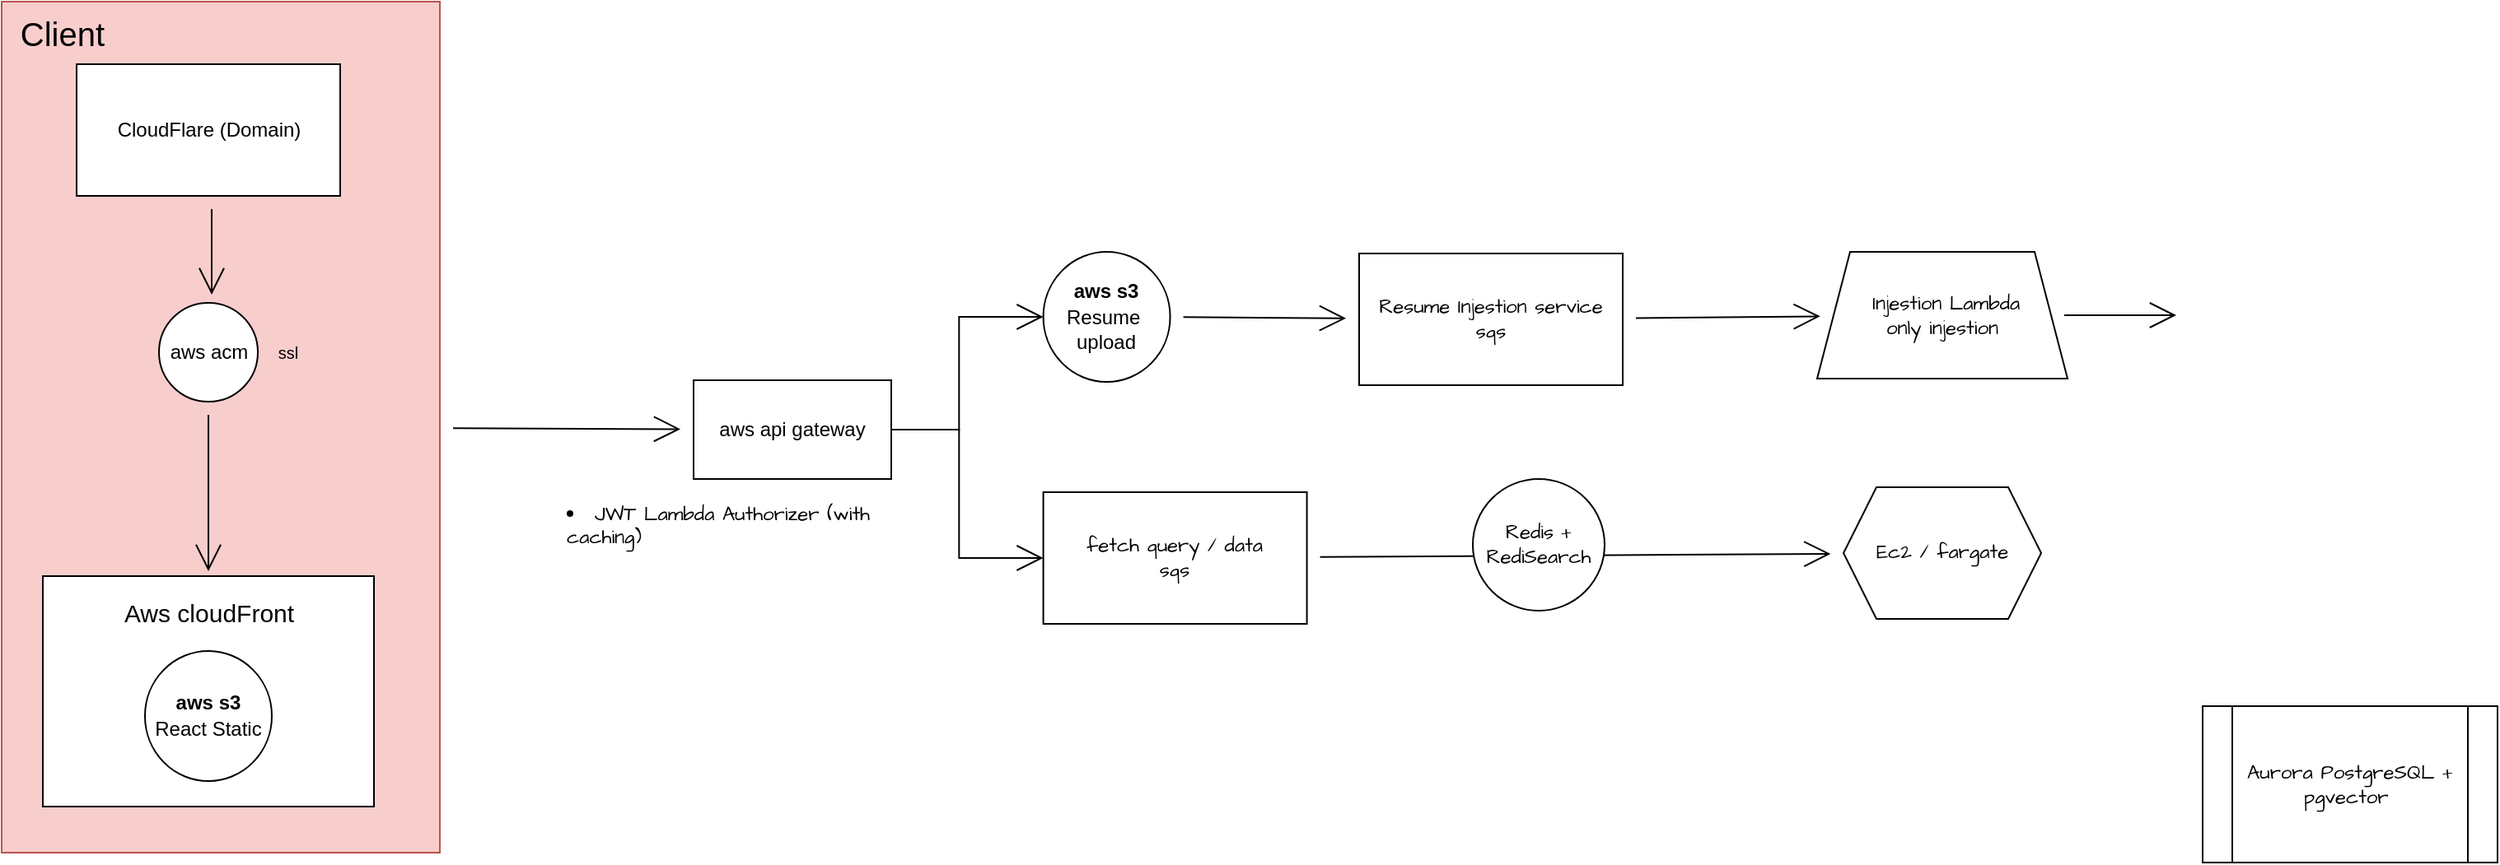
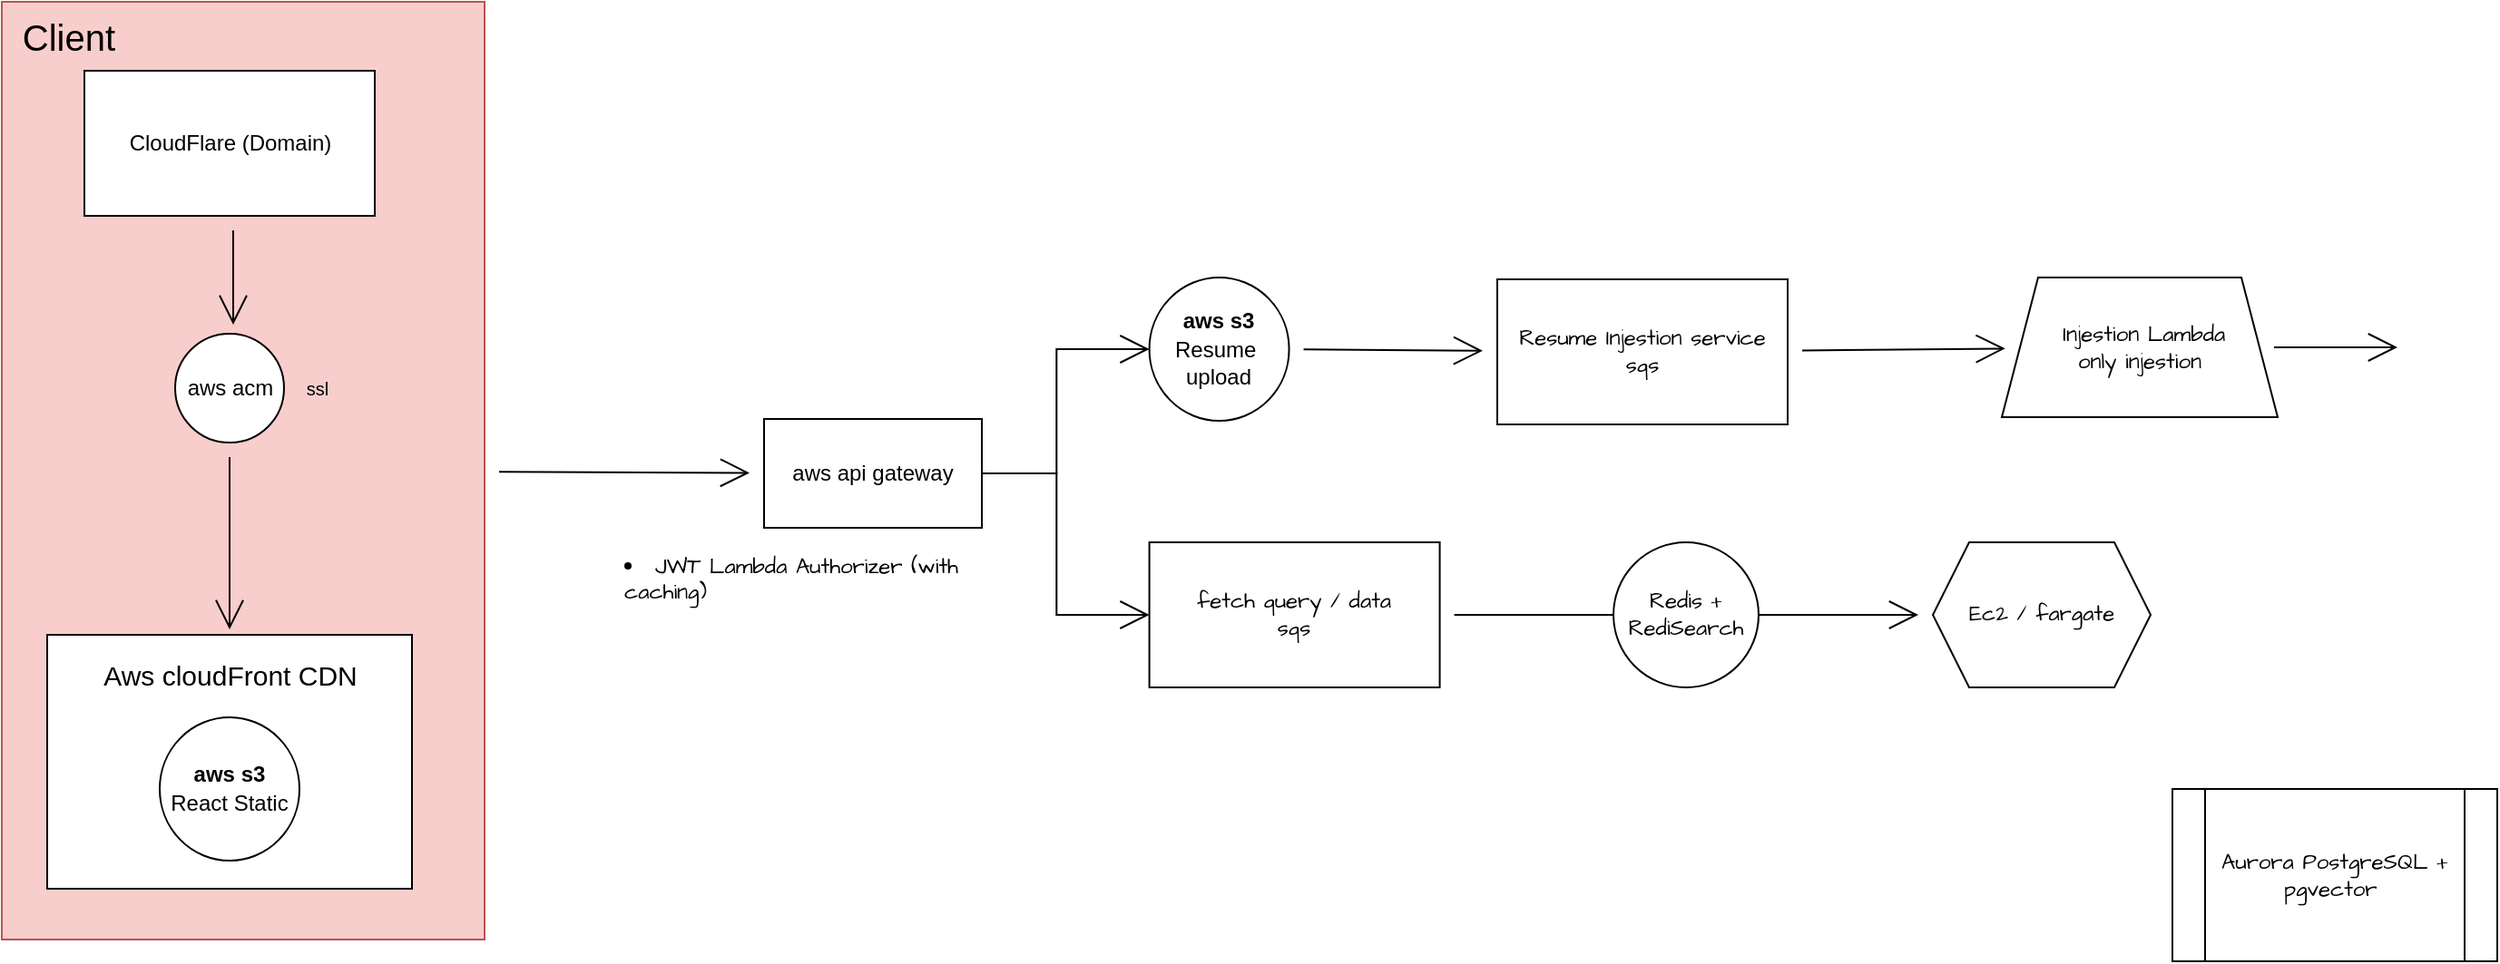
<mxfile host="app.diagrams.net">
  <diagram name="Page-1" id="SOHPCcRNUhLTlrNE90n2">
    <mxGraphModel dx="2760" dy="1299" grid="0" gridSize="10" guides="1" tooltips="1" connect="1" arrows="1" fold="1" page="0" pageScale="1" pageWidth="850" pageHeight="1100" math="0" shadow="0">
      <root>
        <mxCell id="0" />
        <mxCell id="1" parent="0" />
        <mxCell id="rra6tTRvJPethr66ALMW-19" edge="1" parent="1" source="rra6tTRvJPethr66ALMW-16" style="edgeStyle=none;curved=1;rounded=0;orthogonalLoop=1;jettySize=auto;html=1;fontFamily=Architects Daughter;fontSource=https%3A%2F%2Ffonts.googleapis.com%2Fcss%3Ffamily%3DArchitects%2BDaughter;fontSize=16;startSize=14;endArrow=open;endSize=14;sourcePerimeterSpacing=8;targetPerimeterSpacing=8;" target="rra6tTRvJPethr66ALMW-18" value="">
          <mxGeometry relative="1" as="geometry" />
        </mxCell>
        <mxCell id="rra6tTRvJPethr66ALMW-16" parent="1" style="rounded=0;whiteSpace=wrap;html=1;fontFamily=Architects Daughter;fontSource=https%3A%2F%2Ffonts.googleapis.com%2Fcss%3Ffamily%3DArchitects%2BDaughter;fillColor=#f8cecc;strokeColor=#b85450;" value="" vertex="1">
          <mxGeometry height="517" width="266" x="-700" y="-271" as="geometry" />
        </mxCell>
        <mxCell id="rra6tTRvJPethr66ALMW-2" parent="1" style="rounded=0;whiteSpace=wrap;html=1;fontFamily=Architects Daughter;fontSource=https%3A%2F%2Ffonts.googleapis.com%2Fcss%3Ffamily%3DArchitects%2BDaughter;" value="" vertex="1">
          <mxGeometry height="140" width="201" x="-675" y="78" as="geometry" />
        </mxCell>
        <mxCell id="rra6tTRvJPethr66ALMW-1" parent="1" style="ellipse;whiteSpace=wrap;html=1;fontFamily=Architects Daughter;fontSource=https%3A%2F%2Ffonts.googleapis.com%2Fcss%3Ffamily%3DArchitects%2BDaughter;" value="&lt;font face=&quot;Helvetica&quot;&gt;&lt;b&gt;aws s3&lt;/b&gt;&lt;br&gt;React Static&lt;/font&gt;" vertex="1">
          <mxGeometry height="79" width="77" x="-613" y="123.5" as="geometry" />
        </mxCell>
-         <mxCell id="rra6tTRvJPethr66ALMW-3" parent="1" style="text;html=1;whiteSpace=wrap;strokeColor=none;fillColor=none;align=center;verticalAlign=middle;rounded=0;fontSize=20;fontFamily=Helvetica;" value="&lt;font style=&quot;font-size: 15px;&quot;&gt;Aws cloudFront&lt;/font&gt;" vertex="1">
+         <mxCell id="rra6tTRvJPethr66ALMW-3" parent="1" style="text;html=1;whiteSpace=wrap;strokeColor=none;fillColor=none;align=center;verticalAlign=middle;rounded=0;fontSize=20;fontFamily=Helvetica;" value="&lt;font style=&quot;font-size: 15px;&quot;&gt;Aws cloudFront CDN&lt;/font&gt;" vertex="1">
          <mxGeometry height="30" width="186" x="-667.5" y="83" as="geometry" />
        </mxCell>
        <mxCell id="rra6tTRvJPethr66ALMW-10" edge="1" parent="1" style="edgeStyle=none;curved=1;rounded=0;orthogonalLoop=1;jettySize=auto;html=1;fontFamily=Architects Daughter;fontSource=https%3A%2F%2Ffonts.googleapis.com%2Fcss%3Ffamily%3DArchitects%2BDaughter;fontSize=16;startSize=14;endArrow=open;endSize=14;sourcePerimeterSpacing=8;targetPerimeterSpacing=8;" value="">
          <mxGeometry relative="1" as="geometry">
            <mxPoint x="-572.5" y="-145" as="sourcePoint" />
            <mxPoint x="-572.5" y="-93" as="targetPoint" />
          </mxGeometry>
        </mxCell>
        <mxCell id="rra6tTRvJPethr66ALMW-5" parent="1" style="rounded=0;whiteSpace=wrap;html=1;fontFamily=Helvetica;" value="CloudFlare (Domain)" vertex="1">
          <mxGeometry height="80" width="160" x="-654.5" y="-233" as="geometry" />
        </mxCell>
        <mxCell id="rra6tTRvJPethr66ALMW-14" edge="1" parent="1" source="rra6tTRvJPethr66ALMW-12" style="edgeStyle=none;curved=1;rounded=0;orthogonalLoop=1;jettySize=auto;html=1;fontFamily=Architects Daughter;fontSource=https%3A%2F%2Ffonts.googleapis.com%2Fcss%3Ffamily%3DArchitects%2BDaughter;fontSize=16;startSize=14;endArrow=open;endSize=14;sourcePerimeterSpacing=8;targetPerimeterSpacing=8;" target="rra6tTRvJPethr66ALMW-3" value="">
          <mxGeometry relative="1" as="geometry" />
        </mxCell>
        <mxCell id="rra6tTRvJPethr66ALMW-12" parent="1" style="ellipse;whiteSpace=wrap;html=1;fontFamily=Architects Daughter;fontSource=https%3A%2F%2Ffonts.googleapis.com%2Fcss%3Ffamily%3DArchitects%2BDaughter;" value="&lt;font face=&quot;Helvetica&quot;&gt;aws acm&lt;/font&gt;" vertex="1">
          <mxGeometry height="60" width="60" x="-604.5" y="-88" as="geometry" />
        </mxCell>
        <mxCell id="rra6tTRvJPethr66ALMW-15" parent="1" style="text;html=1;whiteSpace=wrap;strokeColor=none;fillColor=none;align=center;verticalAlign=middle;rounded=0;fontSize=10;fontFamily=Helvetica;" value="&lt;font&gt;ssl&lt;/font&gt;" vertex="1">
          <mxGeometry height="18" width="32" x="-542" y="-67" as="geometry" />
        </mxCell>
        <mxCell id="rra6tTRvJPethr66ALMW-17" parent="1" style="text;html=1;whiteSpace=wrap;strokeColor=none;fillColor=none;align=center;verticalAlign=middle;rounded=0;fontSize=20;fontFamily=Architects Daughter;fontSource=https%3A%2F%2Ffonts.googleapis.com%2Fcss%3Ffamily%3DArchitects%2BDaughter;" value="&lt;font face=&quot;Helvetica&quot;&gt;Client&lt;/font&gt;" vertex="1">
          <mxGeometry height="30" width="60" x="-693" y="-266" as="geometry" />
        </mxCell>
        <mxCell id="rra6tTRvJPethr66ALMW-27" edge="1" parent="1" source="rra6tTRvJPethr66ALMW-18" style="edgeStyle=orthogonalEdgeStyle;rounded=0;orthogonalLoop=1;jettySize=auto;html=1;fontFamily=Architects Daughter;fontSource=https%3A%2F%2Ffonts.googleapis.com%2Fcss%3Ffamily%3DArchitects%2BDaughter;fontSize=16;startSize=14;endArrow=open;endSize=14;sourcePerimeterSpacing=8;targetPerimeterSpacing=8;entryX=0;entryY=0.5;entryDx=0;entryDy=0;" target="rra6tTRvJPethr66ALMW-42" value="">
          <mxGeometry relative="1" as="geometry">
            <mxPoint x="-71" y="-13.867567567567448" as="targetPoint" />
          </mxGeometry>
        </mxCell>
        <mxCell id="rra6tTRvJPethr66ALMW-47" edge="1" parent="1" source="rra6tTRvJPethr66ALMW-18" style="edgeStyle=orthogonalEdgeStyle;rounded=0;orthogonalLoop=1;jettySize=auto;html=1;exitX=1;exitY=0.5;exitDx=0;exitDy=0;entryX=0;entryY=0.5;entryDx=0;entryDy=0;fontFamily=Architects Daughter;fontSource=https%3A%2F%2Ffonts.googleapis.com%2Fcss%3Ffamily%3DArchitects%2BDaughter;fontSize=16;startSize=14;endArrow=open;endSize=14;sourcePerimeterSpacing=8;targetPerimeterSpacing=8;" target="rra6tTRvJPethr66ALMW-22">
          <mxGeometry relative="1" as="geometry" />
        </mxCell>
        <mxCell id="rra6tTRvJPethr66ALMW-18" parent="1" style="whiteSpace=wrap;html=1;fontFamily=Architects Daughter;rounded=0;fontSource=https%3A%2F%2Ffonts.googleapis.com%2Fcss%3Ffamily%3DArchitects%2BDaughter;" value="&lt;font face=&quot;Helvetica&quot;&gt;aws api gateway&lt;/font&gt;" vertex="1">
          <mxGeometry height="60" width="120" x="-280" y="-41" as="geometry" />
        </mxCell>
        <mxCell id="rra6tTRvJPethr66ALMW-34" edge="1" parent="1" source="rra6tTRvJPethr66ALMW-20" style="edgeStyle=none;curved=1;rounded=0;orthogonalLoop=1;jettySize=auto;html=1;fontFamily=Architects Daughter;fontSource=https%3A%2F%2Ffonts.googleapis.com%2Fcss%3Ffamily%3DArchitects%2BDaughter;fontSize=16;startSize=14;endArrow=open;endSize=14;sourcePerimeterSpacing=8;targetPerimeterSpacing=8;" target="rra6tTRvJPethr66ALMW-33" value="">
          <mxGeometry relative="1" as="geometry" />
        </mxCell>
        <mxCell id="rra6tTRvJPethr66ALMW-20" parent="1" style="rounded=0;whiteSpace=wrap;html=1;fontFamily=Architects Daughter;fontSource=https%3A%2F%2Ffonts.googleapis.com%2Fcss%3Ffamily%3DArchitects%2BDaughter;" value="Resume Injestion service&lt;br&gt;sqs" vertex="1">
          <mxGeometry height="80" width="160" x="124" y="-118" as="geometry" />
        </mxCell>
        <mxCell id="rra6tTRvJPethr66ALMW-22" parent="1" style="rounded=0;whiteSpace=wrap;html=1;fontFamily=Architects Daughter;fontSource=https%3A%2F%2Ffonts.googleapis.com%2Fcss%3Ffamily%3DArchitects%2BDaughter;" value="fetch query / data&lt;br&gt;sqs" vertex="1">
          <mxGeometry height="80" width="160" x="-67.71000000000001" y="27" as="geometry" />
        </mxCell>
        <mxCell id="rra6tTRvJPethr66ALMW-45" edge="1" parent="1" source="rra6tTRvJPethr66ALMW-33" style="edgeStyle=none;curved=1;rounded=0;orthogonalLoop=1;jettySize=auto;html=1;fontFamily=Architects Daughter;fontSource=https%3A%2F%2Ffonts.googleapis.com%2Fcss%3Ffamily%3DArchitects%2BDaughter;fontSize=16;startSize=14;endArrow=open;endSize=14;sourcePerimeterSpacing=8;targetPerimeterSpacing=8;" value="">
          <mxGeometry relative="1" as="geometry">
            <mxPoint x="620" y="-80.5" as="targetPoint" />
          </mxGeometry>
        </mxCell>
        <mxCell id="rra6tTRvJPethr66ALMW-33" parent="1" style="shape=trapezoid;perimeter=trapezoidPerimeter;whiteSpace=wrap;html=1;fixedSize=1;fontFamily=Architects Daughter;rounded=0;fontSource=https%3A%2F%2Ffonts.googleapis.com%2Fcss%3Ffamily%3DArchitects%2BDaughter;" value="&amp;nbsp;Injestion Lambda&lt;br&gt;only injestion" vertex="1">
          <mxGeometry height="77" width="152" x="402" y="-119" as="geometry" />
        </mxCell>
        <mxCell id="rra6tTRvJPethr66ALMW-41" parent="1" style="text;whiteSpace=wrap;html=1;fontFamily=Architects Daughter;fontSource=https%3A%2F%2Ffonts.googleapis.com%2Fcss%3Ffamily%3DArchitects%2BDaughter;" value="&lt;li class=&quot;font-claude-response-body whitespace-normal break-words pl-2&quot;&gt;JWT Lambda Authorizer (with caching)&lt;/li&gt;" vertex="1">
          <mxGeometry height="34.14" width="232.29" x="-359" y="27" as="geometry" />
        </mxCell>
        <mxCell id="rra6tTRvJPethr66ALMW-43" edge="1" parent="1" source="rra6tTRvJPethr66ALMW-42" style="edgeStyle=none;curved=1;rounded=0;orthogonalLoop=1;jettySize=auto;html=1;fontFamily=Architects Daughter;fontSource=https%3A%2F%2Ffonts.googleapis.com%2Fcss%3Ffamily%3DArchitects%2BDaughter;fontSize=16;startSize=14;endArrow=open;endSize=14;sourcePerimeterSpacing=8;targetPerimeterSpacing=8;" target="rra6tTRvJPethr66ALMW-20" value="">
          <mxGeometry relative="1" as="geometry" />
        </mxCell>
        <mxCell id="rra6tTRvJPethr66ALMW-42" parent="1" style="ellipse;whiteSpace=wrap;html=1;fontFamily=Architects Daughter;fontSource=https%3A%2F%2Ffonts.googleapis.com%2Fcss%3Ffamily%3DArchitects%2BDaughter;" value="&lt;font face=&quot;Helvetica&quot;&gt;&lt;b&gt;aws s3&lt;/b&gt;&lt;br&gt;Resume&amp;nbsp; upload&lt;/font&gt;" vertex="1">
          <mxGeometry height="79" width="77" x="-67.71" y="-119" as="geometry" />
        </mxCell>
        <mxCell id="rra6tTRvJPethr66ALMW-46" parent="1" style="shape=process;whiteSpace=wrap;html=1;backgroundOutline=1;fontFamily=Architects Daughter;fontSource=https%3A%2F%2Ffonts.googleapis.com%2Fcss%3Ffamily%3DArchitects%2BDaughter;" value="Aurora PostgreSQL + pgvector&amp;nbsp;" vertex="1">
-           <mxGeometry height="95" width="179" x="636" y="157" as="geometry" />
+           <mxGeometry height="95" width="179" x="496" y="163" as="geometry" />
        </mxCell>
        <mxCell id="rra6tTRvJPethr66ALMW-48" edge="1" parent="1" source="rra6tTRvJPethr66ALMW-22" style="edgeStyle=none;curved=1;rounded=0;orthogonalLoop=1;jettySize=auto;html=1;fontFamily=Architects Daughter;fontSource=https%3A%2F%2Ffonts.googleapis.com%2Fcss%3Ffamily%3DArchitects%2BDaughter;fontSize=16;startSize=14;endArrow=open;endSize=14;sourcePerimeterSpacing=8;targetPerimeterSpacing=8;" target="rra6tTRvJPethr66ALMW-38" value="">
          <mxGeometry relative="1" as="geometry">
            <mxPoint x="100" y="65" as="sourcePoint" />
            <mxPoint x="417.5943068734091" y="60.00960425827361" as="targetPoint" />
          </mxGeometry>
        </mxCell>
        <mxCell id="rra6tTRvJPethr66ALMW-38" parent="1" style="shape=hexagon;perimeter=hexagonPerimeter2;whiteSpace=wrap;html=1;fixedSize=1;fontFamily=Architects Daughter;fontSource=https%3A%2F%2Ffonts.googleapis.com%2Fcss%3Ffamily%3DArchitects%2BDaughter;" value="Ec2 / fargate" vertex="1">
-           <mxGeometry height="80" width="120" x="418" y="24" as="geometry" />
+           <mxGeometry height="80" width="120" x="364" y="27" as="geometry" />
        </mxCell>
        <mxCell id="rra6tTRvJPethr66ALMW-50" parent="1" style="ellipse;whiteSpace=wrap;html=1;fontFamily=Architects Daughter;fontSource=https%3A%2F%2Ffonts.googleapis.com%2Fcss%3Ffamily%3DArchitects%2BDaughter;" value="Redis + RediSearch" vertex="1">
-           <mxGeometry height="80" width="80" x="193" y="19" as="geometry" />
+           <mxGeometry height="80" width="80" x="188" y="27" as="geometry" />
        </mxCell>
      </root>
    </mxGraphModel>
  </diagram>
</mxfile>
